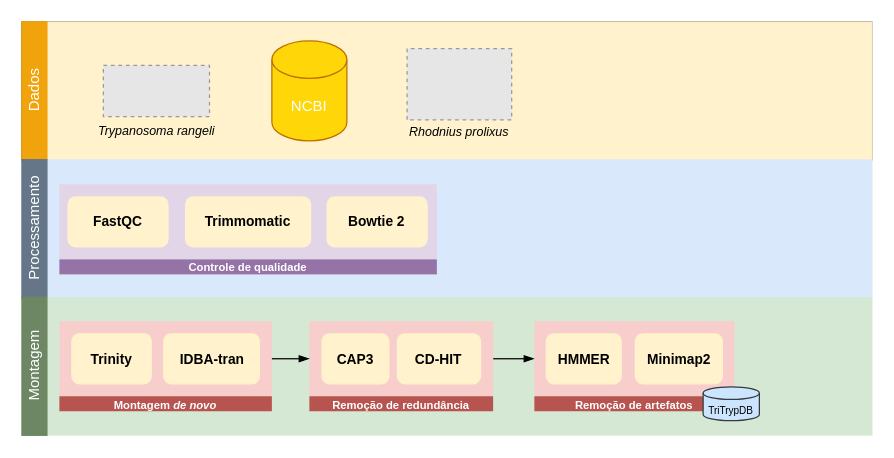
The draw.io diagram page "Workflow" (1 of 2) of ufsc/ppgbtc-doutorado/workflow_rnaseq_trangeli.drawio in ekazuo/draw-io, before the edit. Source tidied: cells renumbered, new cells numbered last; positions are measured from the earlier drawing's top-left corner, leaving out a move shared by most shapes. Both pictures are drawn from the tidied source at 125%, with x=0, y=0 at pixel (-35, 21). Pictures stored in the file or linked from it are replaced by grey dashed boxes.
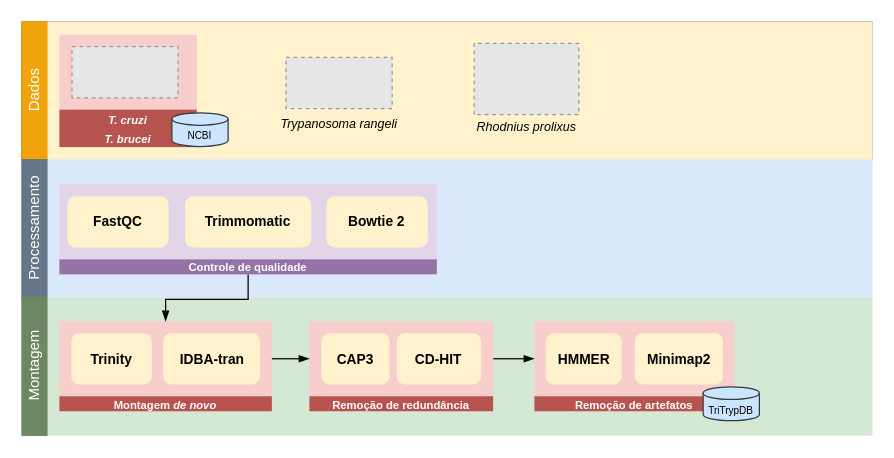
After the change.

Unchanged cells that the change refers to:
```xml
<mxCell id="19" value="&lt;font style=&quot;font-size: 9px;&quot; color=&quot;#ffffff&quot;&gt;&lt;b&gt;&lt;font style=&quot;font-size: 9px;&quot;&gt;Controle de qualidade&lt;/font&gt;&lt;/b&gt;&lt;/font&gt;" style="rounded=0;whiteSpace=wrap;html=1;arcSize=5;fontStyle=1;fillColor=#9673A6;strokeColor=none;" parent="14" vertex="1">
  <mxGeometry y="60" width="302" height="12" as="geometry" />
</mxCell>
<mxCell id="27" style="rounded=0;whiteSpace=wrap;html=1;arcSize=5;fontStyle=1;fillColor=#F8CECC;strokeColor=none;" parent="26" vertex="1">
  <mxGeometry width="170" height="60" as="geometry" />
</mxCell>
```

Diff of the diagram source:
```diff
@@
     <mxCell id="5" style="fillColor=#E6E6E6;strokeColor=#999999;dashed=1;verticalLabelPosition=bottom;labelBackgroundColor=default;verticalAlign=top;" parent="1" vertex="1">
-      <mxGeometry x="110.2" y="34.8" width="84.9" height="41" as="geometry" />
+      <mxGeometry x="256.3" y="28.3" width="84.9" height="41" as="geometry" />
     </mxCell>
-    <mxCell id="6" value="&lt;font color=&quot;#ffffff&quot;&gt;NCBI&lt;/font&gt;" style="shape=cylinder3;whiteSpace=wrap;html=1;boundedLbl=1;backgroundOutline=1;size=15;fillColor=#FFD608;strokeColor=#BD7000;fontColor=#000000;" parent="1" vertex="1">
-      <mxGeometry x="245" y="15.2" width="60" height="80" as="geometry" />
-    </mxCell>
@@
     <mxCell id="9" style="fillColor=#E6E6E6;strokeColor=#999999;dashed=1;verticalLabelPosition=bottom;labelBackgroundColor=default;verticalAlign=top;rotation=-90;" parent="1" vertex="1">
-      <mxGeometry x="366.5" y="8" width="57" height="83.7" as="geometry" />
+      <mxGeometry x="420.2" y="3.8" width="57" height="83.7" as="geometry" />
     </mxCell>
     <mxCell id="10" value="&lt;div style=&quot;font-size: 10px;&quot;&gt;&lt;font style=&quot;font-size: 10px;&quot;&gt;&lt;i&gt;Trypanosoma rangeli&lt;br&gt;&lt;/i&gt;&lt;/font&gt;&lt;/div&gt;" style="text;html=1;strokeColor=none;fillColor=none;align=center;verticalAlign=middle;whiteSpace=wrap;rounded=0;" parent="1" vertex="1">
-      <mxGeometry x="99" y="77.6" width="107.5" height="19.5" as="geometry" />
+      <mxGeometry x="245" y="71.2" width="107.5" height="19.5" as="geometry" />
     </mxCell>
     <mxCell id="11" value="&lt;div style=&quot;font-size: 10px;&quot;&gt;&lt;font style=&quot;font-size: 10px;&quot;&gt;&lt;i&gt;Rhodnius prolixus&lt;br&gt;&lt;/i&gt;&lt;/font&gt;&lt;/div&gt;" style="text;html=1;strokeColor=none;fillColor=none;align=center;verticalAlign=middle;whiteSpace=wrap;rounded=0;" parent="1" vertex="1">
-      <mxGeometry x="341.3" y="78.6" width="107.5" height="19.5" as="geometry" />
+      <mxGeometry x="395" y="74.4" width="107.5" height="19.5" as="geometry" />
     </mxCell>
@@
+    <mxCell id="38" style="edgeStyle=orthogonalEdgeStyle;rounded=0;jettySize=auto;html=1;exitX=0.5;exitY=1;exitDx=0;exitDy=0;endArrow=blockThin;endFill=1;" parent="1" edge="1" source="19" target="27">
+      <mxGeometry relative="1" as="geometry" />
+    </mxCell>
+    <mxCell id="39" style="group;" parent="1" vertex="1">
+      <mxGeometry x="75" y="10.2" width="135" height="90" as="geometry" />
+    </mxCell>
+    <mxCell id="40" style="rounded=0;whiteSpace=wrap;html=1;arcSize=5;fontStyle=1;fillColor=#F8CECC;strokeColor=none;" parent="39" vertex="1">
+      <mxGeometry width="110" height="60" as="geometry" />
+    </mxCell>
+    <mxCell id="41" value="&lt;div&gt;&lt;font style=&quot;font-size: 9px;&quot; color=&quot;#ffffff&quot;&gt;&lt;i&gt;T. cruzi&lt;/i&gt;&lt;br&gt;&lt;/font&gt;&lt;/div&gt;&lt;div&gt;&lt;font style=&quot;font-size: 9px;&quot; color=&quot;#ffffff&quot;&gt;&lt;i&gt;T. brucei&lt;/i&gt;&lt;/font&gt;&lt;/div&gt;" style="rounded=0;whiteSpace=wrap;html=1;arcSize=5;fontStyle=1;fillColor=#B85450;strokeColor=none;" parent="39" vertex="1">
+      <mxGeometry y="60" width="110" height="30" as="geometry" />
+    </mxCell>
+    <mxCell id="42" style="fillColor=#E6E6E6;strokeColor=#999999;dashed=1;verticalLabelPosition=bottom;labelBackgroundColor=default;verticalAlign=top;" parent="39" vertex="1">
+      <mxGeometry x="10.1" y="9.5" width="84.9" height="41" as="geometry" />
+    </mxCell>
+    <mxCell id="6" value="&lt;font style=&quot;font-size: 8px;&quot;&gt;NCBI&lt;/font&gt;" style="shape=cylinder3;whiteSpace=wrap;html=1;boundedLbl=1;backgroundOutline=1;size=5;fontSize=10;fillColor=#cce5ff;strokeColor=#36393d;" parent="39" vertex="1">
+      <mxGeometry x="90" y="62.5" width="45" height="27" as="geometry" />
+    </mxCell>
```
